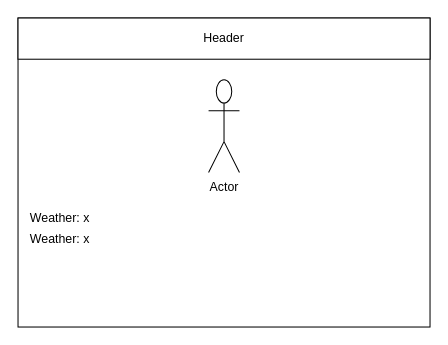
Timothy-Manwell/ICS2O-Unit6-03 keeps this draw.io diagram as design/story-board.drawio. Above is the earlier version. Source tidied: cells renumbered, new cells numbered last; positions are measured from the earlier drawing's top-left corner, leaving out a move shared by most shapes. Both pictures are drawn from the tidied source at 103%, with x=0, y=0 at pixel (18, 18).
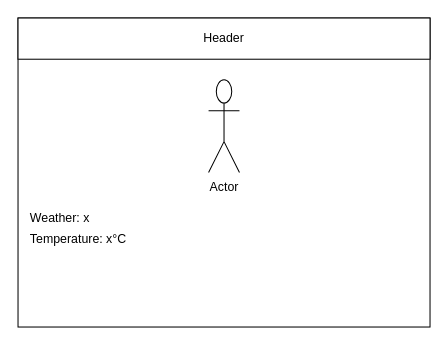
After the change.

Change to the diagram source:
```diff
@@
 <mxGraphModel>
   <root>
     <mxCell id="0" />
     <mxCell id="1" parent="0" />
     <mxCell id="2" style="rounded=0;whiteSpace=wrap;html=1;" parent="1" vertex="1">
       <mxGeometry width="400" height="300" as="geometry" />
     </mxCell>
     <mxCell id="3" value="Header" style="rounded=0;whiteSpace=wrap;html=1;" parent="1" vertex="1">
       <mxGeometry width="400" height="40" as="geometry" />
     </mxCell>
     <mxCell id="4" value="Actor" style="shape=umlActor;verticalLabelPosition=bottom;verticalAlign=top;html=1;" parent="1" vertex="1">
       <mxGeometry x="185" y="60" width="30" height="90" as="geometry" />
     </mxCell>
     <mxCell id="5" value="Weather: x" style="text;html=1;strokeColor=none;fillColor=none;align=left;verticalAlign=middle;whiteSpace=wrap;rounded=0;" parent="1" vertex="1">
       <mxGeometry x="10" y="180" width="120" height="30" as="geometry" />
     </mxCell>
-    <mxCell id="6" value="Weather: x" style="text;html=1;strokeColor=none;fillColor=none;align=left;verticalAlign=middle;whiteSpace=wrap;rounded=0;" parent="1" vertex="1">
+    <mxCell id="6" value="Temperature: x°C" style="text;html=1;strokeColor=none;fillColor=none;align=left;verticalAlign=middle;whiteSpace=wrap;rounded=0;" parent="1" vertex="1">
       <mxGeometry x="10" y="200" width="120" height="30" as="geometry" />
     </mxCell>
   </root>
 </mxGraphModel>
```
